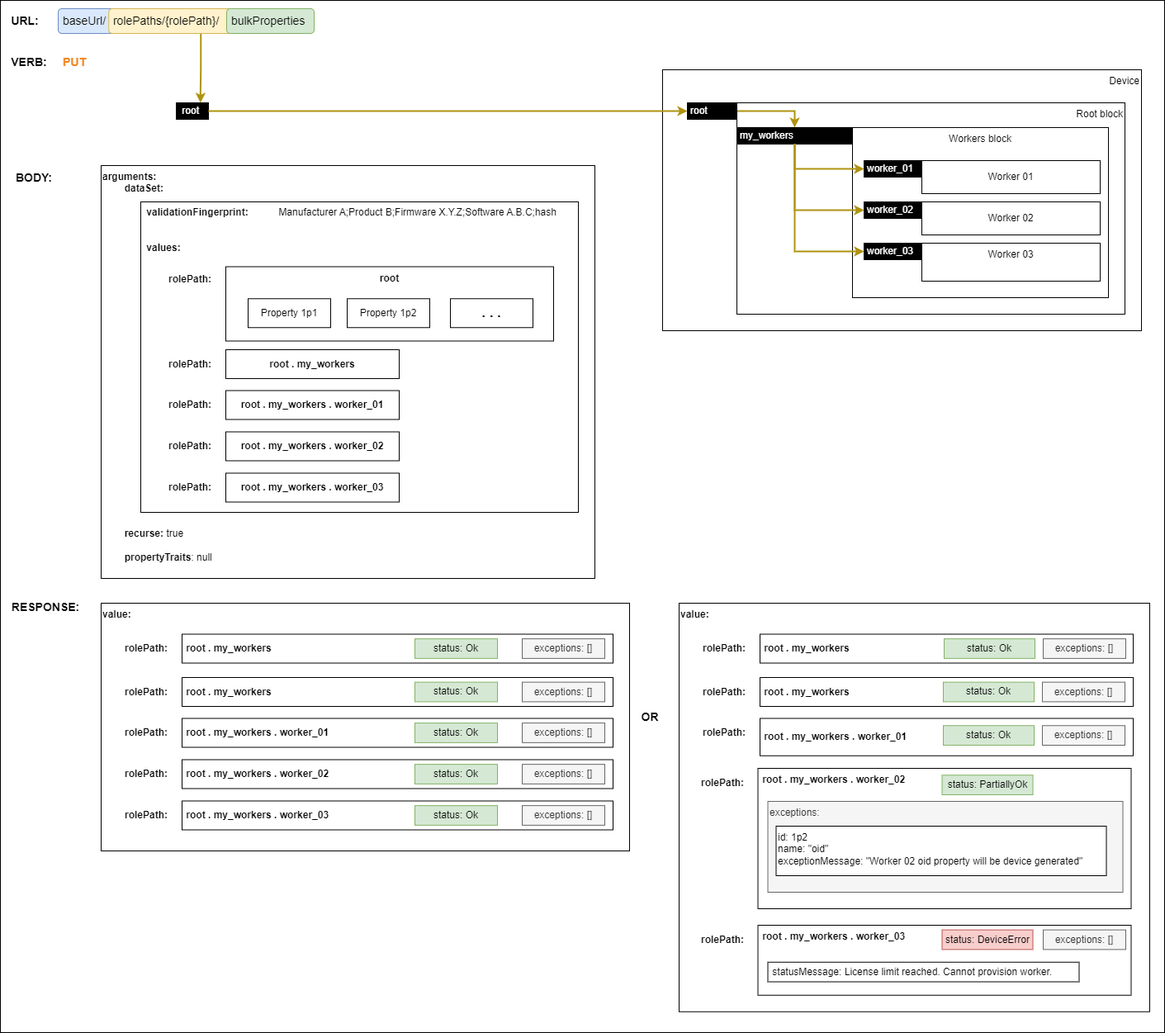
This is docs/images/restoring-full-backup.png from AMWA-TV/is-device-configuration, a draw.io export, as it was before one commit. Source tidied: cells renumbered, new cells last; positions are measured from the earlier drawing's top-left corner, leaving out a move shared by most shapes.
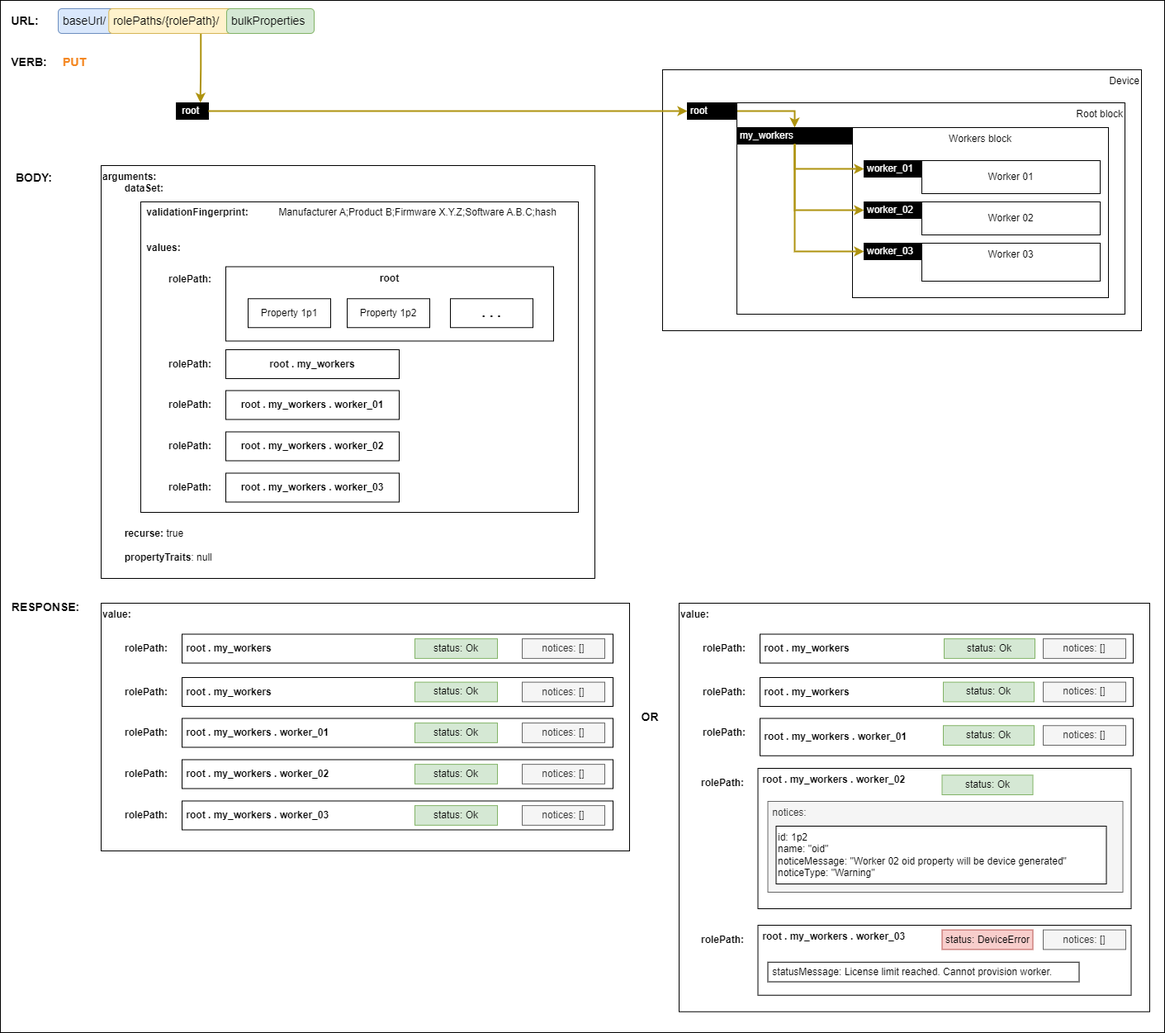
Later version of the same file.

Diff of the diagram source:
```diff
@@ -209,32 +209,20 @@
     <mxCell id="70" value="status: Ok" style="rounded=0;whiteSpace=wrap;html=1;strokeColor=#82b366;align=center;verticalAlign=middle;fontFamily=Helvetica;fontSize=12;fontColor=default;fillColor=#d5e8d4;" parent="1" vertex="1">
       <mxGeometry x="1142" y="825.6" width="110" height="23.8" as="geometry" />
     </mxCell>
-    <mxCell id="71" value="status: PartiallyOk" style="rounded=0;whiteSpace=wrap;html=1;strokeColor=#82b366;align=center;verticalAlign=middle;fontFamily=Helvetica;fontSize=12;fontColor=default;fillColor=#d5e8d4;" parent="1" vertex="1">
+    <mxCell id="71" value="status: Ok" style="rounded=0;whiteSpace=wrap;html=1;strokeColor=#82b366;align=center;verticalAlign=middle;fontFamily=Helvetica;fontSize=12;fontColor=default;fillColor=#d5e8d4;" parent="1" vertex="1">
       <mxGeometry x="1140.5" y="938.2" width="110" height="23.8" as="geometry" />
     </mxCell>
     <mxCell id="72" value="OR" style="text;html=1;strokeColor=none;fillColor=none;align=center;verticalAlign=middle;whiteSpace=wrap;rounded=0;fontStyle=1;fontSize=14;" parent="1" vertex="1">
       <mxGeometry x="742" y="852.5" width="90" height="30" as="geometry" />
     </mxCell>
-    <mxCell id="73" value="exceptions: []" style="rounded=0;whiteSpace=wrap;html=1;fillColor=#f5f5f5;fontColor=#333333;strokeColor=#666666;" parent="1" vertex="1">
+    <mxCell id="73" value="notices: []" style="rounded=0;whiteSpace=wrap;html=1;fillColor=#f5f5f5;fontColor=#333333;strokeColor=#666666;" parent="1" vertex="1">
       <mxGeometry x="632" y="773.1" width="100" height="23.8" as="geometry" />
     </mxCell>
-    <mxCell id="74" value="exceptions: []" style="rounded=0;whiteSpace=wrap;html=1;fillColor=#f5f5f5;fontColor=#333333;strokeColor=#666666;" parent="1" vertex="1">
-      <mxGeometry x="632" y="825.6" width="100" height="23.8" as="geometry" />
-    </mxCell>
-    <mxCell id="75" value="exceptions: []" style="rounded=0;whiteSpace=wrap;html=1;fillColor=#f5f5f5;fontColor=#333333;strokeColor=#666666;" parent="1" vertex="1">
-      <mxGeometry x="632" y="875.1" width="100" height="23.8" as="geometry" />
-    </mxCell>
-    <mxCell id="76" value="exceptions: []" style="rounded=0;whiteSpace=wrap;html=1;fillColor=#f5f5f5;fontColor=#333333;strokeColor=#666666;" parent="1" vertex="1">
-      <mxGeometry x="632" y="925.1" width="100" height="23.8" as="geometry" />
-    </mxCell>
-    <mxCell id="77" value="exceptions: []" style="rounded=0;whiteSpace=wrap;html=1;fillColor=#f5f5f5;fontColor=#333333;strokeColor=#666666;" parent="1" vertex="1">
-      <mxGeometry x="632" y="975.1" width="100" height="23.8" as="geometry" />
-    </mxCell>
-    <mxCell id="78" value="exceptions:" style="rounded=0;whiteSpace=wrap;html=1;fillColor=#f5f5f5;fontColor=#333333;strokeColor=#666666;verticalAlign=top;align=left;" parent="1" vertex="1">
+    <mxCell id="78" value="&amp;nbsp;notices:" style="rounded=0;whiteSpace=wrap;html=1;fillColor=#f5f5f5;fontColor=#333333;strokeColor=#666666;verticalAlign=top;align=left;" parent="1" vertex="1">
       <mxGeometry x="929.5" y="970" width="430" height="110" as="geometry" />
     </mxCell>
-    <mxCell id="79" value="id: 1p2&lt;div&gt;name: &quot;oid&quot;&lt;br&gt;&lt;/div&gt;&lt;div&gt;exceptionMessage: &quot;Worker 02 oid property will be device generated&quot;&lt;br&gt;&lt;/div&gt;" style="rounded=0;whiteSpace=wrap;html=1;align=left;verticalAlign=top;fontFamily=Helvetica;fontSize=12;" parent="1" vertex="1">
-      <mxGeometry x="939.5" y="1000" width="400" height="60" as="geometry" />
+    <mxCell id="79" value="id: 1p2&lt;div&gt;name: &quot;oid&quot;&lt;br&gt;&lt;/div&gt;&lt;div&gt;noticeMessage: &quot;Worker 02 oid property will be device generated&quot;&lt;br&gt;&lt;/div&gt;&lt;div&gt;noticeType: &quot;Warning&quot;&lt;br&gt;&lt;/div&gt;" style="rounded=0;whiteSpace=wrap;html=1;align=left;verticalAlign=top;fontFamily=Helvetica;fontSize=12;" parent="1" vertex="1">
+      <mxGeometry x="939.5" y="1000" width="400" height="70" as="geometry" />
     </mxCell>
     <mxCell id="80" value="&amp;nbsp;root . my_workers . worker_03" style="rounded=0;whiteSpace=wrap;html=1;align=left;fontStyle=1;verticalAlign=top;" parent="1" vertex="1">
       <mxGeometry x="917.5" y="1120" width="452" height="84.8" as="geometry" />
@@ -242,15 +230,6 @@
     <mxCell id="81" value="&lt;b&gt;rolePath:&lt;/b&gt;" style="text;html=1;align=center;verticalAlign=middle;whiteSpace=wrap;rounded=0;" parent="1" vertex="1">
       <mxGeometry x="844.5" y="1122.5" width="60" height="30" as="geometry" />
     </mxCell>
-    <mxCell id="82" value="exceptions: []" style="rounded=0;whiteSpace=wrap;html=1;fillColor=#f5f5f5;fontColor=#333333;strokeColor=#666666;" parent="1" vertex="1">
-      <mxGeometry x="1263" y="773.1" width="100" height="23.8" as="geometry" />
-    </mxCell>
-    <mxCell id="83" value="exceptions: []" style="rounded=0;whiteSpace=wrap;html=1;fillColor=#f5f5f5;fontColor=#333333;strokeColor=#666666;" parent="1" vertex="1">
-      <mxGeometry x="1262" y="825.6" width="100" height="23.8" as="geometry" />
-    </mxCell>
-    <mxCell id="84" value="exceptions: []" style="rounded=0;whiteSpace=wrap;html=1;fillColor=#f5f5f5;fontColor=#333333;strokeColor=#666666;" parent="1" vertex="1">
-      <mxGeometry x="1262" y="878.2" width="100" height="23.8" as="geometry" />
-    </mxCell>
     <mxCell id="85" value="status: DeviceError" style="rounded=0;whiteSpace=wrap;html=1;strokeColor=#b85450;align=center;verticalAlign=middle;fontFamily=Helvetica;fontSize=12;fillColor=#f8cecc;" parent="1" vertex="1">
       <mxGeometry x="1140.5" y="1125.6" width="110" height="23.8" as="geometry" />
     </mxCell>
@@ -260,8 +239,29 @@
     <mxCell id="87" value="status: Ok" style="rounded=0;whiteSpace=wrap;html=1;strokeColor=#82b366;align=center;verticalAlign=middle;fontFamily=Helvetica;fontSize=12;fontColor=default;fillColor=#d5e8d4;" parent="1" vertex="1">
       <mxGeometry x="1142" y="878.2" width="110" height="23.8" as="geometry" />
     </mxCell>
-    <mxCell id="88" value="exceptions: []" style="rounded=0;whiteSpace=wrap;html=1;fillColor=#f5f5f5;fontColor=#333333;strokeColor=#666666;" parent="1" vertex="1">
-      <mxGeometry x="1263" y="1125.6" width="100" height="23.8" as="geometry" />
-    </mxCell>
+    <mxCell id="89" value="notices: []" style="rounded=0;whiteSpace=wrap;html=1;fillColor=#f5f5f5;fontColor=#333333;strokeColor=#666666;" parent="1" vertex="1">
+      <mxGeometry x="632" y="825.6" width="100" height="23.8" as="geometry" />
+    </mxCell>
+    <mxCell id="90" value="notices: []" style="rounded=0;whiteSpace=wrap;html=1;fillColor=#f5f5f5;fontColor=#333333;strokeColor=#666666;" parent="1" vertex="1">
+      <mxGeometry x="632" y="875.1" width="100" height="23.8" as="geometry" />
+    </mxCell>
+    <mxCell id="91" value="notices: []" style="rounded=0;whiteSpace=wrap;html=1;fillColor=#f5f5f5;fontColor=#333333;strokeColor=#666666;" parent="1" vertex="1">
+      <mxGeometry x="632" y="925.1" width="100" height="23.8" as="geometry" />
+    </mxCell>
+    <mxCell id="92" value="notices: []" style="rounded=0;whiteSpace=wrap;html=1;fillColor=#f5f5f5;fontColor=#333333;strokeColor=#666666;" parent="1" vertex="1">
+      <mxGeometry x="632" y="975.1" width="100" height="23.8" as="geometry" />
+    </mxCell>
+    <mxCell id="93" value="notices: []" style="rounded=0;whiteSpace=wrap;html=1;fillColor=#f5f5f5;fontColor=#333333;strokeColor=#666666;" parent="1" vertex="1">
+      <mxGeometry x="1263" y="773.1" width="100" height="23.8" as="geometry" />
+    </mxCell>
+    <mxCell id="94" value="notices: []" style="rounded=0;whiteSpace=wrap;html=1;fillColor=#f5f5f5;fontColor=#333333;strokeColor=#666666;" parent="1" vertex="1">
+      <mxGeometry x="1263" y="825.6" width="100" height="23.8" as="geometry" />
+    </mxCell>
+    <mxCell id="95" value="notices: []" style="rounded=0;whiteSpace=wrap;html=1;fillColor=#f5f5f5;fontColor=#333333;strokeColor=#666666;" parent="1" vertex="1">
+      <mxGeometry x="1263" y="878.2" width="100" height="23.8" as="geometry" />
+    </mxCell>
+    <mxCell id="96" value="notices: []" style="rounded=0;whiteSpace=wrap;html=1;fillColor=#f5f5f5;fontColor=#333333;strokeColor=#666666;" parent="1" vertex="1">
+      <mxGeometry x="1263" y="1125.6" width="100" height="23.8" as="geometry" />
+    </mxCell>
   </root>
 </mxGraphModel>
```
